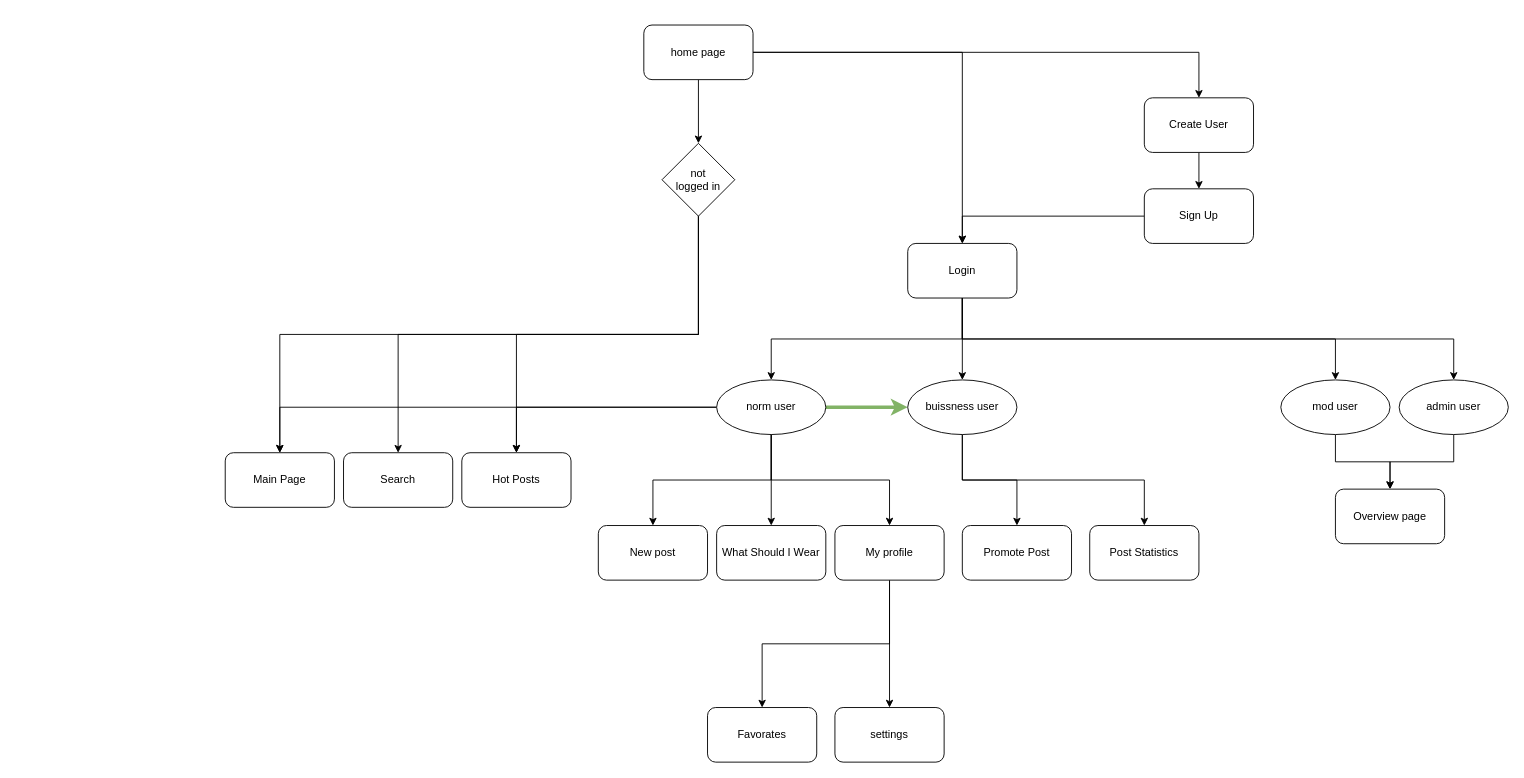
Vefthrounn-Verkefni/verkefna-repo keeps this draw.io diagram as page "Page-1" (1 of 2) of Flow chart.drawio. Above is the earlier version. Source tidied: cells renumbered, new cells numbered last; positions are measured from the earlier drawing's top-left corner, leaving out a move shared by most shapes. Both pictures are drawn from the tidied source at 91%, with x=0, y=0 at pixel (225, 25).
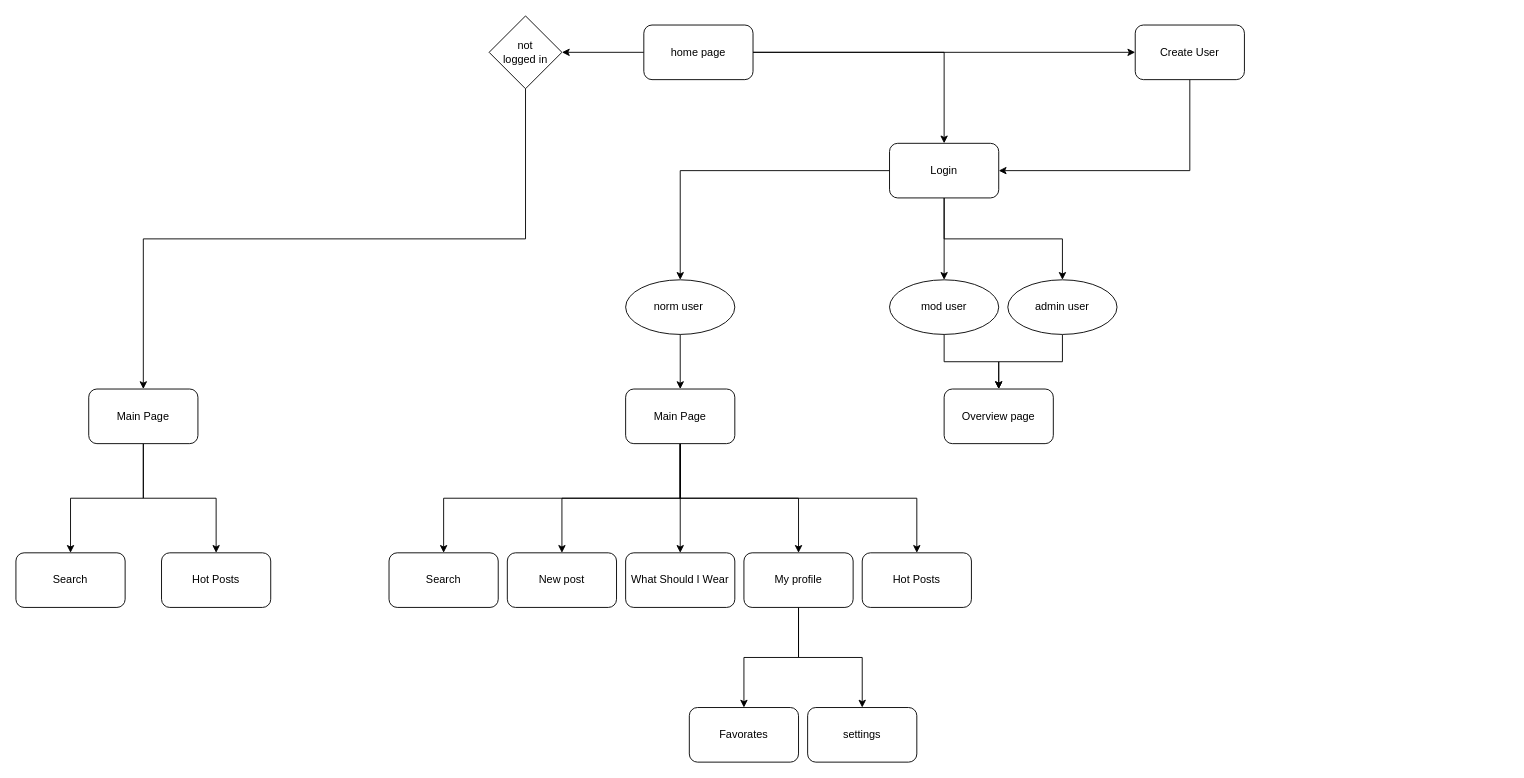
Above is the later version.

Unchanged cells that the change refers to:
```xml
<mxCell id="25" value="home page" style="rounded=1;whiteSpace=wrap;html=1;" parent="1" vertex="1">
  <mxGeometry x="460" width="120" height="60" as="geometry" />
</mxCell>
```

Diff of the diagram source:
```diff
@@
+    <mxCell id="5" style="edgeStyle=orthogonalEdgeStyle;rounded=0;jettySize=auto;html=1;exitX=0.5;exitY=1;exitDx=0;exitDy=0;" parent="1" edge="1" source="6" target="15">
+      <mxGeometry relative="1" as="geometry" />
+    </mxCell>
-    <mxCell id="3" style="edgeStyle=orthogonalEdgeStyle;rounded=0;jettySize=auto;html=1;exitX=0.5;exitY=1;exitDx=0;exitDy=0;entryX=0.5;entryY=0;entryDx=0;entryDy=0;" parent="1" edge="1" source="6" target="13">
+    <mxCell id="3" style="edgeStyle=orthogonalEdgeStyle;rounded=0;jettySize=auto;html=1;exitX=0;exitY=0.5;exitDx=0;exitDy=0;" parent="1" edge="1" source="6" target="13">
       <mxGeometry relative="1" as="geometry" />
     </mxCell>
-    <mxCell id="4" style="edgeStyle=orthogonalEdgeStyle;rounded=0;jettySize=auto;html=1;exitX=0.5;exitY=1;exitDx=0;exitDy=0;" parent="1" edge="1" source="6" target="40">
-      <mxGeometry relative="1" as="geometry" />
-    </mxCell>
-    <mxCell id="5" style="edgeStyle=orthogonalEdgeStyle;rounded=0;jettySize=auto;html=1;exitX=0.5;exitY=1;exitDx=0;exitDy=0;" parent="1" edge="1" source="6" target="15">
-      <mxGeometry relative="1" as="geometry" />
-    </mxCell>
     <mxCell id="6" value="Login" style="rounded=1;whiteSpace=wrap;html=1;" parent="1" vertex="1">
-      <mxGeometry x="750" y="240" width="120" height="60" as="geometry" />
+      <mxGeometry x="730" y="130" width="120" height="60" as="geometry" />
     </mxCell>
-    <mxCell id="7" style="edgeStyle=orthogonalEdgeStyle;rounded=0;jettySize=auto;html=1;exitX=0;exitY=0.5;exitDx=0;exitDy=0;entryX=0.5;entryY=0;entryDx=0;entryDy=0;" parent="1" edge="1" source="13" target="28">
-      <mxGeometry relative="1" as="geometry" />
-    </mxCell>
-    <mxCell id="8" style="edgeStyle=orthogonalEdgeStyle;rounded=0;jettySize=auto;html=1;exitX=0;exitY=0.5;exitDx=0;exitDy=0;entryX=0.5;entryY=0;entryDx=0;entryDy=0;" parent="1" edge="1" source="13" target="26">
-      <mxGeometry relative="1" as="geometry" />
-    </mxCell>
-    <mxCell id="9" style="edgeStyle=orthogonalEdgeStyle;rounded=0;jettySize=auto;html=1;exitX=0.5;exitY=1;exitDx=0;exitDy=0;" parent="1" edge="1" source="13" target="34">
-      <mxGeometry relative="1" as="geometry" />
-    </mxCell>
-    <mxCell id="10" style="edgeStyle=orthogonalEdgeStyle;rounded=0;jettySize=auto;html=1;exitX=0.5;exitY=1;exitDx=0;exitDy=0;entryX=0.5;entryY=0;entryDx=0;entryDy=0;" parent="1" edge="1" source="13" target="33">
-      <mxGeometry relative="1" as="geometry" />
-    </mxCell>
-    <mxCell id="11" style="edgeStyle=orthogonalEdgeStyle;rounded=0;jettySize=auto;html=1;exitX=0.5;exitY=1;exitDx=0;exitDy=0;entryX=0.5;entryY=0;entryDx=0;entryDy=0;" parent="1" edge="1" source="13" target="37">
-      <mxGeometry relative="1" as="geometry" />
-    </mxCell>
-    <mxCell id="12" style="edgeStyle=orthogonalEdgeStyle;rounded=0;jettySize=auto;html=1;exitX=1;exitY=0.5;exitDx=0;exitDy=0;entryX=0;entryY=0.5;entryDx=0;entryDy=0;fillColor=#d5e8d4;strokeColor=#82b366;strokeWidth=4;" parent="1" edge="1" source="13" target="40">
-      <mxGeometry relative="1" as="geometry" />
-    </mxCell>
+    <mxCell id="46" style="edgeStyle=orthogonalEdgeStyle;rounded=0;jettySize=auto;html=1;exitX=0.5;exitY=1;exitDx=0;exitDy=0;entryX=0.5;entryY=0;entryDx=0;entryDy=0;" parent="1" edge="1" source="13" target="55">
+      <mxGeometry relative="1" as="geometry" />
+    </mxCell>
-    <mxCell id="13" value="norm user" style="ellipse;whiteSpace=wrap;html=1;fontFamily=Helvetica;fontSize=12;fontColor=#000000;align=center;strokeColor=#000000;fillColor=#ffffff;" parent="1" vertex="1">
-      <mxGeometry x="540" y="390" width="120" height="60" as="geometry" />
+    <mxCell id="13" value="norm user&amp;nbsp;&lt;br&gt;" style="ellipse;whiteSpace=wrap;html=1;fontFamily=Helvetica;fontSize=12;fontColor=#000000;align=center;strokeColor=#000000;fillColor=#ffffff;" parent="1" vertex="1">
+      <mxGeometry x="440" y="280" width="120" height="60" as="geometry" />
     </mxCell>
@@
     <mxCell id="15" value="admin user" style="ellipse;whiteSpace=wrap;html=1;fontFamily=Helvetica;fontSize=12;fontColor=#000000;align=center;strokeColor=#000000;fillColor=#ffffff;" parent="1" vertex="1">
-      <mxGeometry x="1290" y="390" width="120" height="60" as="geometry" />
+      <mxGeometry x="860" y="280" width="120" height="60" as="geometry" />
     </mxCell>
@@
     <mxCell id="17" value="mod user" style="ellipse;whiteSpace=wrap;html=1;fontFamily=Helvetica;fontSize=12;fontColor=#000000;align=center;strokeColor=#000000;fillColor=#ffffff;" parent="1" vertex="1">
-      <mxGeometry x="1160" y="390" width="120" height="60" as="geometry" />
+      <mxGeometry x="730" y="280" width="120" height="60" as="geometry" />
     </mxCell>
-    <mxCell id="18" style="edgeStyle=orthogonalEdgeStyle;rounded=0;jettySize=auto;html=1;exitX=0.5;exitY=1;exitDx=0;exitDy=0;entryX=0.5;entryY=0;entryDx=0;entryDy=0;" parent="1" edge="1" source="19" target="21">
-      <mxGeometry relative="1" as="geometry" />
-    </mxCell>
+    <mxCell id="47" style="edgeStyle=orthogonalEdgeStyle;rounded=0;jettySize=auto;html=1;exitX=0.5;exitY=1;exitDx=0;exitDy=0;entryX=1;entryY=0.5;entryDx=0;entryDy=0;" parent="1" edge="1" source="19" target="6">
+      <mxGeometry relative="1" as="geometry" />
+    </mxCell>
     <mxCell id="19" value="Create User" style="rounded=1;whiteSpace=wrap;html=1;" parent="1" vertex="1">
-      <mxGeometry x="1010" y="80" width="120" height="60" as="geometry" />
+      <mxGeometry x="1000" width="120" height="60" as="geometry" />
     </mxCell>
-    <mxCell id="20" style="edgeStyle=orthogonalEdgeStyle;rounded=0;jettySize=auto;html=1;exitX=0;exitY=0.5;exitDx=0;exitDy=0;entryX=0.5;entryY=0;entryDx=0;entryDy=0;" parent="1" edge="1" source="21" target="6">
-      <mxGeometry relative="1" as="geometry" />
-    </mxCell>
-    <mxCell id="21" value="Sign Up" style="rounded=1;whiteSpace=wrap;html=1;" parent="1" vertex="1">
-      <mxGeometry x="1010" y="180" width="120" height="60" as="geometry" />
-    </mxCell>
@@
-    <mxCell id="24" style="edgeStyle=orthogonalEdgeStyle;rounded=0;jettySize=auto;html=1;exitX=0.5;exitY=1;exitDx=0;exitDy=0;entryX=0.5;entryY=0;entryDx=0;entryDy=0;" parent="1" edge="1" source="25" target="32">
+    <mxCell id="24" style="edgeStyle=orthogonalEdgeStyle;rounded=0;jettySize=auto;html=1;exitX=0;exitY=0.5;exitDx=0;exitDy=0;entryX=1;entryY=0.5;entryDx=0;entryDy=0;" parent="1" edge="1" source="25" target="32">
       <mxGeometry relative="1" as="geometry" />
     </mxCell>
@@
+    <mxCell id="48" style="edgeStyle=orthogonalEdgeStyle;rounded=0;jettySize=auto;html=1;exitX=0.5;exitY=1;exitDx=0;exitDy=0;entryX=0.5;entryY=0;entryDx=0;entryDy=0;" parent="1" edge="1" source="26" target="28">
+      <mxGeometry relative="1" as="geometry" />
+    </mxCell>
+    <mxCell id="49" style="edgeStyle=orthogonalEdgeStyle;rounded=0;jettySize=auto;html=1;exitX=0.5;exitY=1;exitDx=0;exitDy=0;" parent="1" edge="1" source="26" target="27">
+      <mxGeometry relative="1" as="geometry" />
+    </mxCell>
     <mxCell id="26" value="Main Page" style="rounded=1;whiteSpace=wrap;html=1;" parent="1" vertex="1">
-      <mxGeometry y="470" width="120" height="60" as="geometry" />
+      <mxGeometry x="-150" y="400" width="120" height="60" as="geometry" />
     </mxCell>
     <mxCell id="27" value="Search" style="rounded=1;whiteSpace=wrap;html=1;" parent="1" vertex="1">
-      <mxGeometry x="130" y="470" width="120" height="60" as="geometry" />
+      <mxGeometry x="-230" y="580" width="120" height="60" as="geometry" />
     </mxCell>
     <mxCell id="28" value="Hot Posts" style="rounded=1;whiteSpace=wrap;html=1;" parent="1" vertex="1">
-      <mxGeometry x="260" y="470" width="120" height="60" as="geometry" />
+      <mxGeometry x="-70" y="580" width="120" height="60" as="geometry" />
     </mxCell>
@@
-    <mxCell id="30" style="edgeStyle=orthogonalEdgeStyle;rounded=0;jettySize=auto;html=1;exitX=0.5;exitY=1;exitDx=0;exitDy=0;" parent="1" edge="1" source="32" target="27">
-      <mxGeometry relative="1" as="geometry" />
-    </mxCell>
-    <mxCell id="31" style="edgeStyle=orthogonalEdgeStyle;rounded=0;jettySize=auto;html=1;exitX=0.5;exitY=1;exitDx=0;exitDy=0;entryX=0.5;entryY=0;entryDx=0;entryDy=0;" parent="1" edge="1" source="32" target="28">
-      <mxGeometry relative="1" as="geometry" />
-    </mxCell>
     <mxCell id="32" value="not &lt;br&gt;logged in" style="rhombus;whiteSpace=wrap;html=1;" parent="1" vertex="1">
-      <mxGeometry x="480" y="130" width="80" height="80" as="geometry" />
+      <mxGeometry x="290" y="-10" width="80" height="80" as="geometry" />
     </mxCell>
     <mxCell id="33" value="New post" style="rounded=1;whiteSpace=wrap;html=1;" parent="1" vertex="1">
-      <mxGeometry x="410" y="550" width="120" height="60" as="geometry" />
+      <mxGeometry x="310" y="580" width="120" height="60" as="geometry" />
     </mxCell>
     <mxCell id="34" value="What Should I Wear" style="rounded=1;whiteSpace=wrap;html=1;" parent="1" vertex="1">
-      <mxGeometry x="540" y="550" width="120" height="60" as="geometry" />
+      <mxGeometry x="440" y="580" width="120" height="60" as="geometry" />
     </mxCell>
@@
     <mxCell id="37" value="My profile" style="rounded=1;whiteSpace=wrap;html=1;" parent="1" vertex="1">
-      <mxGeometry x="670" y="550" width="120" height="60" as="geometry" />
+      <mxGeometry x="570" y="580" width="120" height="60" as="geometry" />
     </mxCell>
-    <mxCell id="38" style="edgeStyle=orthogonalEdgeStyle;rounded=0;jettySize=auto;html=1;exitX=0.5;exitY=1;exitDx=0;exitDy=0;entryX=0.5;entryY=0;entryDx=0;entryDy=0;" parent="1" edge="1" source="40" target="41">
-      <mxGeometry relative="1" as="geometry" />
-    </mxCell>
-    <mxCell id="39" style="edgeStyle=orthogonalEdgeStyle;rounded=0;jettySize=auto;html=1;exitX=0.5;exitY=1;exitDx=0;exitDy=0;entryX=0.5;entryY=0;entryDx=0;entryDy=0;" parent="1" edge="1" source="40" target="42">
-      <mxGeometry relative="1" as="geometry" />
-    </mxCell>
-    <mxCell id="40" value="buissness user" style="ellipse;whiteSpace=wrap;html=1;fontFamily=Helvetica;fontSize=12;fontColor=#000000;align=center;strokeColor=#000000;fillColor=#ffffff;" parent="1" vertex="1">
-      <mxGeometry x="750" y="390" width="120" height="60" as="geometry" />
-    </mxCell>
-    <mxCell id="41" value="Promote Post" style="rounded=1;whiteSpace=wrap;html=1;" parent="1" vertex="1">
-      <mxGeometry x="810" y="550" width="120" height="60" as="geometry" />
-    </mxCell>
-    <mxCell id="42" value="Post Statistics" style="rounded=1;whiteSpace=wrap;html=1;" parent="1" vertex="1">
-      <mxGeometry x="950" y="550" width="120" height="60" as="geometry" />
-    </mxCell>
     <mxCell id="43" value="Favorates" style="rounded=1;whiteSpace=wrap;html=1;" parent="1" vertex="1">
-      <mxGeometry x="530" y="750" width="120" height="60" as="geometry" />
+      <mxGeometry x="510" y="750" width="120" height="60" as="geometry" />
     </mxCell>
     <mxCell id="44" value="settings" style="rounded=1;whiteSpace=wrap;html=1;" parent="1" vertex="1">
-      <mxGeometry x="670" y="750" width="120" height="60" as="geometry" />
+      <mxGeometry x="640" y="750" width="120" height="60" as="geometry" />
     </mxCell>
     <mxCell id="45" value="Overview page" style="rounded=1;whiteSpace=wrap;html=1;" parent="1" vertex="1">
-      <mxGeometry x="1220" y="510" width="120" height="60" as="geometry" />
+      <mxGeometry x="790" y="400" width="120" height="60" as="geometry" />
     </mxCell>
+    <mxCell id="50" style="edgeStyle=orthogonalEdgeStyle;rounded=0;jettySize=auto;html=1;exitX=0.5;exitY=1;exitDx=0;exitDy=0;" parent="1" edge="1" source="55" target="56">
+      <mxGeometry relative="1" as="geometry" />
+    </mxCell>
+    <mxCell id="51" style="edgeStyle=orthogonalEdgeStyle;rounded=0;jettySize=auto;html=1;exitX=0.5;exitY=1;exitDx=0;exitDy=0;" parent="1" edge="1" source="55" target="33">
+      <mxGeometry relative="1" as="geometry" />
+    </mxCell>
+    <mxCell id="52" style="edgeStyle=orthogonalEdgeStyle;rounded=0;jettySize=auto;html=1;exitX=0.5;exitY=1;exitDx=0;exitDy=0;entryX=0.5;entryY=0;entryDx=0;entryDy=0;" parent="1" edge="1" source="55" target="34">
+      <mxGeometry relative="1" as="geometry" />
+    </mxCell>
+    <mxCell id="53" style="edgeStyle=orthogonalEdgeStyle;rounded=0;jettySize=auto;html=1;exitX=0.5;exitY=1;exitDx=0;exitDy=0;entryX=0.5;entryY=0;entryDx=0;entryDy=0;" parent="1" edge="1" source="55" target="37">
+      <mxGeometry relative="1" as="geometry" />
+    </mxCell>
+    <mxCell id="54" style="edgeStyle=orthogonalEdgeStyle;rounded=0;jettySize=auto;html=1;exitX=0.5;exitY=1;exitDx=0;exitDy=0;" parent="1" edge="1" source="55" target="57">
+      <mxGeometry relative="1" as="geometry" />
+    </mxCell>
+    <mxCell id="55" value="Main Page" style="rounded=1;whiteSpace=wrap;html=1;" parent="1" vertex="1">
+      <mxGeometry x="440" y="400" width="120" height="60" as="geometry" />
+    </mxCell>
+    <mxCell id="56" value="Search" style="rounded=1;whiteSpace=wrap;html=1;" parent="1" vertex="1">
+      <mxGeometry x="180" y="580" width="120" height="60" as="geometry" />
+    </mxCell>
+    <mxCell id="57" value="Hot Posts" style="rounded=1;whiteSpace=wrap;html=1;" parent="1" vertex="1">
+      <mxGeometry x="700" y="580" width="120" height="60" as="geometry" />
+    </mxCell>
```
